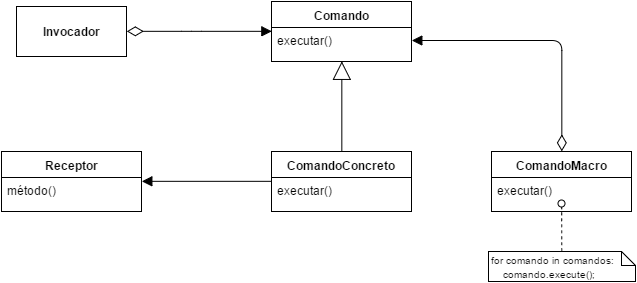
Above: Command/Command - Class Diagram Expanded.png in lockenunes/designpatterns (draw.io), before the change. Source tidied: cells renumbered, new cells last; positions are measured from the earlier drawing's top-left corner, leaving out a move shared by most shapes.
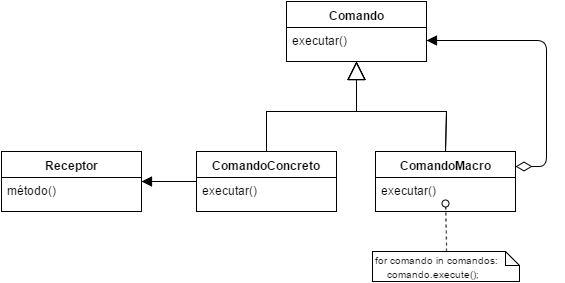
Above is the later version.

Commit message:
Correção do padrão Command

Diff of the diagram source:
```diff
@@ -12,85 +12,84 @@
       <mxGeometry x="270" y="26" width="140" height="26" as="geometry" />
     </mxCell>
     <mxCell id="5" value="&lt;b&gt;ComandoConcreto&lt;/b&gt;" style="swimlane;html=1;fontStyle=0;horizontal=1;startSize=26;fillColor=none;swimlaneFillColor=#ffffff;" parent="1" vertex="1">
-      <mxGeometry x="270" y="150" width="140" height="60" as="geometry" />
+      <mxGeometry x="180" y="150" width="140" height="60" as="geometry" />
     </mxCell>
     <mxCell id="6" value="executar()" style="text;html=1;strokeColor=none;fillColor=none;align=left;verticalAlign=top;spacingLeft=4;spacingRight=4;whiteSpace=wrap;overflow=hidden;" parent="5" vertex="1">
       <mxGeometry y="26" width="140" height="26" as="geometry" />
     </mxCell>
     <mxCell id="7" value="executar()" style="text;html=1;strokeColor=none;fillColor=none;align=left;verticalAlign=top;spacingLeft=4;spacingRight=4;whiteSpace=wrap;overflow=hidden;" parent="1" vertex="1">
-      <mxGeometry x="270" y="176" width="140" height="26" as="geometry" />
+      <mxGeometry x="180" y="176" width="140" height="26" as="geometry" />
     </mxCell>
     <mxCell id="8" value="&lt;b&gt;Receptor&lt;/b&gt;" style="swimlane;html=1;fontStyle=0;horizontal=1;startSize=26;fillColor=none;swimlaneFillColor=#ffffff;" parent="1" vertex="1">
-      <mxGeometry y="150" width="140" height="60" as="geometry" />
+      <mxGeometry x="-15" y="150" width="140" height="60" as="geometry" />
     </mxCell>
     <mxCell id="9" value="método()" style="text;html=1;strokeColor=none;fillColor=none;align=left;verticalAlign=top;spacingLeft=4;spacingRight=4;whiteSpace=wrap;overflow=hidden;" parent="8" vertex="1">
       <mxGeometry y="26" width="140" height="26" as="geometry" />
     </mxCell>
     <mxCell id="10" value="método()" style="text;html=1;strokeColor=none;fillColor=none;align=left;verticalAlign=top;spacingLeft=4;spacingRight=4;whiteSpace=wrap;overflow=hidden;" parent="1" vertex="1">
-      <mxGeometry y="176" width="140" height="26" as="geometry" />
+      <mxGeometry x="-15" y="176" width="140" height="26" as="geometry" />
     </mxCell>
-    <mxCell id="11" style="endArrow=block;endSize=16;endFill=0;html=1;strokeColor=#000000;entryX=0.5;entryY=1;exitX=0.5;exitY=0;" parent="1" edge="1" source="5" target="2">
-      <mxGeometry x="400.3" y="579.8" as="geometry" />
+    <mxCell id="11" style="endArrow=block;endSize=16;endFill=0;html=1;strokeColor=#000000;entryX=0.5;entryY=1;exitX=0.5;exitY=0;rounded=0;" parent="1" edge="1" source="5" target="2">
+      <mxGeometry x="400.3" y="579.8" as="geometry">
+        <Array as="points">
+          <mxPoint x="250" y="110" />
+          <mxPoint x="340" y="110" />
+        </Array>
+      </mxGeometry>
     </mxCell>
     <mxCell id="12" style="endArrow=none;startArrow=block;endFill=0;startFill=1;html=1;strokeColor=#000000;exitX=1;exitY=0.5;entryX=0;entryY=0.5;endSize=6;startSize=8;" parent="1" edge="1" source="8" target="5">
-      <mxGeometry x="200.3" y="699.8" as="geometry" />
+      <mxGeometry x="110.3" y="699.8" as="geometry" />
     </mxCell>
-    <mxCell id="13" value="&lt;b&gt;Invocador&lt;/b&gt;" style="html=1;" parent="1" vertex="1">
-      <mxGeometry x="15" y="5" width="110" height="50" as="geometry" />
+    <mxCell id="13" value="&lt;font style=&quot;font-size: 10px&quot;&gt;for comando in comandos:&lt;/font&gt;&lt;div&gt;&amp;nbsp; &amp;nbsp; &lt;font style=&quot;font-size: 10px&quot;&gt;comando.execute();&lt;/font&gt;&lt;/div&gt;" style="shape=note;whiteSpace=wrap;html=1;size=14;verticalAlign=top;align=left;spacingTop=-6;" parent="1" vertex="1">
+      <mxGeometry x="356" y="250" width="147" height="30" as="geometry" />
     </mxCell>
-    <mxCell id="14" style="endArrow=block;html=1;endSize=8;startArrow=diamondThin;startSize=14;startFill=0;edgeStyle=orthogonalEdgeStyle;strokeColor=#000000;endFill=1;exitX=1;exitY=0.5;entryX=0;entryY=0.5;" parent="1" edge="1" source="13" target="2">
-      <mxGeometry x="185.3" y="549.8" as="geometry">
-        <Array as="points">
-          <mxPoint x="190" y="29" />
-          <mxPoint x="240" y="30" />
-        </Array>
-      </mxGeometry>
+    <mxCell id="14" value="&lt;b&gt;ComandoMacro&lt;/b&gt;" style="swimlane;html=1;fontStyle=0;horizontal=1;startSize=26;fillColor=none;swimlaneFillColor=#ffffff;" parent="1" vertex="1">
+      <mxGeometry x="359" y="150" width="140" height="60" as="geometry" />
     </mxCell>
-    <mxCell id="15" style="html=1;align=left;verticalAlign=top;labelBackgroundColor=#ffffff;fontSize=10;" parent="14" vertex="1">
-      <mxGeometry x="-1" relative="1" as="geometry" />
+    <mxCell id="15" value="executar()" style="text;html=1;strokeColor=none;fillColor=none;align=left;verticalAlign=top;spacingLeft=4;spacingRight=4;whiteSpace=wrap;overflow=hidden;" parent="14" vertex="1">
+      <mxGeometry y="26" width="140" height="26" as="geometry" />
     </mxCell>
-    <mxCell id="16" style="html=1;align=right;verticalAlign=top;labelBackgroundColor=#ffffff;fontSize=10;" parent="14" vertex="1">
-      <mxGeometry x="1" relative="1" as="geometry" />
+    <mxCell id="16" value="executar()" style="text;html=1;strokeColor=none;fillColor=none;align=left;verticalAlign=top;spacingLeft=4;spacingRight=4;whiteSpace=wrap;overflow=hidden;points=[[0,0.5],[1,0.5]];portConstraint=eastwest;" parent="1" vertex="1">
+      <mxGeometry x="359" y="176" width="140" height="26" as="geometry" />
     </mxCell>
-    <mxCell id="17" style="html=1;align=left;verticalAlign=top;labelBackgroundColor=#ffffff;fontSize=10;" parent="1" vertex="1">
-      <mxGeometry x="125.3" y="29.8" as="geometry" />
+    <mxCell id="17" style="endArrow=block;html=1;endSize=8;startArrow=diamondThin;startSize=14;startFill=0;edgeStyle=orthogonalEdgeStyle;strokeColor=#000000;endFill=1;exitX=1;exitY=0.25;entryX=1;entryY=0.5;" parent="1" edge="1" source="14" target="4">
+      <mxGeometry x="550.3" y="571.8" as="geometry">
+        <Array as="points">
+          <mxPoint x="530" y="165" />
+          <mxPoint x="530" y="39" />
+        </Array>
+      </mxGeometry>
     </mxCell>
-    <mxCell id="18" style="html=1;align=right;verticalAlign=top;labelBackgroundColor=#ffffff;fontSize=10;" parent="1" vertex="1">
-      <mxGeometry x="270.3" y="29.8" as="geometry" />
+    <mxCell id="18" style="html=1;align=left;verticalAlign=top;labelBackgroundColor=#ffffff;fontSize=10;" parent="17" vertex="1">
+      <mxGeometry x="-1" relative="1" as="geometry" />
     </mxCell>
-    <mxCell id="19" value="&lt;font style=&quot;font-size: 10px&quot;&gt;for comando in comandos:&lt;/font&gt;&lt;div&gt;&amp;nbsp; &amp;nbsp; &lt;font style=&quot;font-size: 10px&quot;&gt;comando.execute();&lt;/font&gt;&lt;/div&gt;" style="shape=note;whiteSpace=wrap;html=1;size=14;verticalAlign=top;align=left;spacingTop=-6;" parent="1" vertex="1">
-      <mxGeometry x="487" y="250" width="147" height="30" as="geometry" />
+    <mxCell id="19" style="html=1;align=right;verticalAlign=top;labelBackgroundColor=#ffffff;fontSize=10;" parent="17" vertex="1">
+      <mxGeometry x="1" relative="1" as="geometry" />
     </mxCell>
-    <mxCell id="20" value="&lt;b&gt;ComandoMacro&lt;/b&gt;" style="swimlane;html=1;fontStyle=0;horizontal=1;startSize=26;fillColor=none;swimlaneFillColor=#ffffff;" parent="1" vertex="1">
-      <mxGeometry x="490" y="150" width="140" height="60" as="geometry" />
+    <mxCell id="20" style="html=1;align=left;verticalAlign=top;labelBackgroundColor=#ffffff;fontSize=10;" parent="1" vertex="1">
+      <mxGeometry x="499" y="165" as="geometry" />
     </mxCell>
-    <mxCell id="21" value="executar()" style="text;html=1;strokeColor=none;fillColor=none;align=left;verticalAlign=top;spacingLeft=4;spacingRight=4;whiteSpace=wrap;overflow=hidden;" parent="20" vertex="1">
-      <mxGeometry y="26" width="140" height="26" as="geometry" />
+    <mxCell id="21" style="html=1;align=right;verticalAlign=top;labelBackgroundColor=#ffffff;fontSize=10;" parent="1" vertex="1">
+      <mxGeometry x="410" y="39" as="geometry" />
     </mxCell>
-    <mxCell id="22" value="executar()" style="text;html=1;strokeColor=none;fillColor=none;align=left;verticalAlign=top;spacingLeft=4;spacingRight=4;whiteSpace=wrap;overflow=hidden;points=[[0,0.5],[1,0.5]];portConstraint=eastwest;" parent="1" vertex="1">
-      <mxGeometry x="490" y="176" width="140" height="26" as="geometry" />
+    <mxCell id="22" style="endArrow=oval;endSize=7;endFill=0;html=1;strokeColor=#000000;exitX=0.5;exitY=0;dashed=1;" parent="1" edge="1" source="13" target="16">
+      <mxGeometry x="309.3" y="709.8" as="geometry" />
     </mxCell>
-    <mxCell id="23" style="endArrow=block;html=1;endSize=8;startArrow=diamondThin;startSize=14;startFill=0;edgeStyle=orthogonalEdgeStyle;strokeColor=#000000;endFill=1;exitX=0.5;exitY=0;entryX=1;entryY=0.5;" parent="1" edge="1" source="20" target="4">
-      <mxGeometry x="550.3" y="571.8" as="geometry">
+    <mxCell id="23" style="endArrow=block;endSize=16;endFill=0;html=1;strokeColor=#000000;entryX=0.5;entryY=1;exitX=0.5;exitY=0;rounded=0;" parent="1" edge="1" source="14" target="2">
+      <mxGeometry x="510.3" y="599.8" as="geometry">
         <Array as="points">
-          <mxPoint x="560" y="39" />
+          <mxPoint x="430" y="110" />
+          <mxPoint x="340" y="110" />
         </Array>
       </mxGeometry>
     </mxCell>
-    <mxCell id="24" style="html=1;align=left;verticalAlign=top;labelBackgroundColor=#ffffff;fontSize=10;" parent="23" vertex="1">
-      <mxGeometry x="-1" relative="1" as="geometry" />
+    <mxCell id="24" style="endArrow=block;endSize=16;endFill=0;html=1;strokeColor=#000000;entryX=0.5;entryY=1;exitX=0.5;exitY=0;rounded=0;" parent="1" edge="1" source="14" target="2">
+      <mxGeometry x="510.3" y="599.8" as="geometry">
+        <Array as="points">
+          <mxPoint x="430" y="110" />
+          <mxPoint x="340" y="110" />
+        </Array>
+      </mxGeometry>
     </mxCell>
-    <mxCell id="25" style="html=1;align=right;verticalAlign=top;labelBackgroundColor=#ffffff;fontSize=10;" parent="23" vertex="1">
-      <mxGeometry x="1" relative="1" as="geometry" />
-    </mxCell>
-    <mxCell id="26" style="html=1;align=left;verticalAlign=top;labelBackgroundColor=#ffffff;fontSize=10;" parent="1" vertex="1">
-      <mxGeometry x="560.3" y="149.8" as="geometry" />
-    </mxCell>
-    <mxCell id="27" style="html=1;align=right;verticalAlign=top;labelBackgroundColor=#ffffff;fontSize=10;" parent="1" vertex="1">
-      <mxGeometry x="410.3" y="39" as="geometry" />
-    </mxCell>
-    <mxCell id="28" style="endArrow=oval;endSize=7;endFill=0;html=1;strokeColor=#000000;exitX=0.5;exitY=0;dashed=1;" parent="1" edge="1" source="19" target="22">
-      <mxGeometry x="440.3" y="709.8" as="geometry" />
-    </mxCell>
   </root>
 </mxGraphModel>
```
